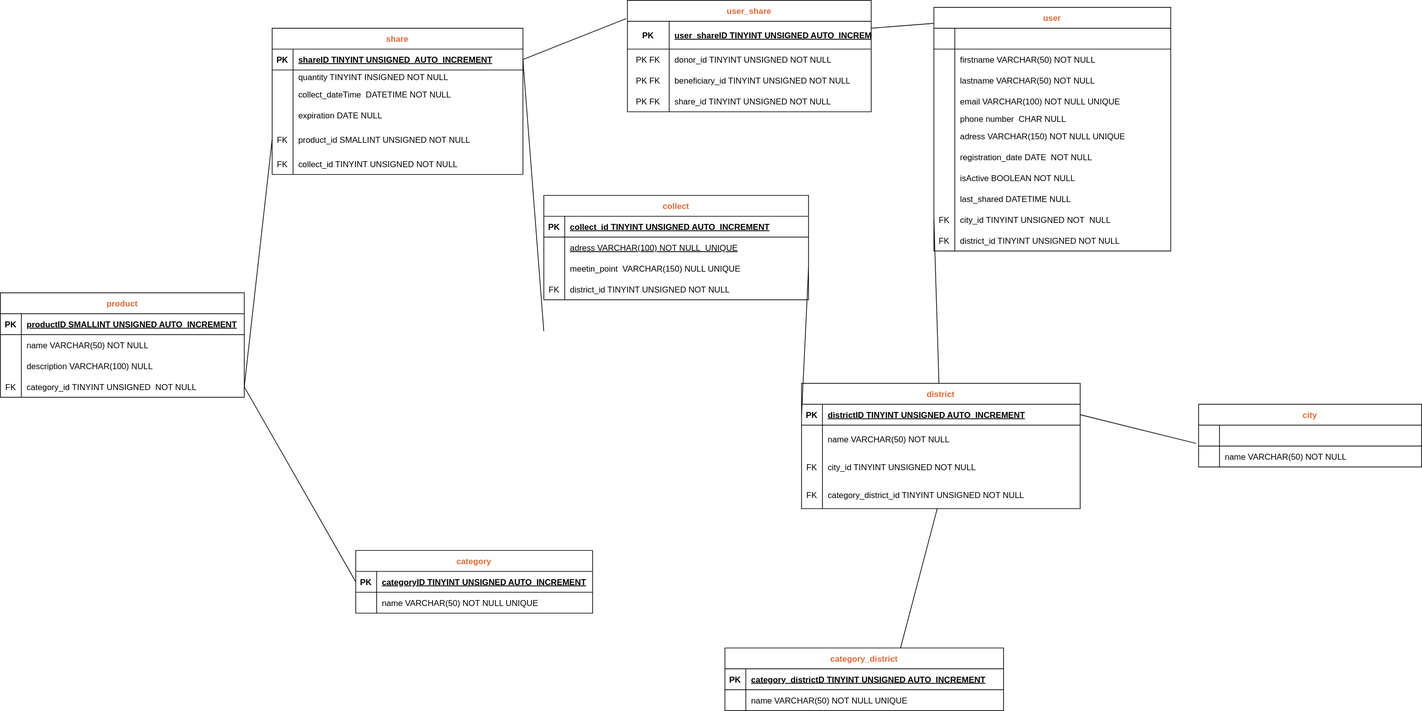
Mandine42/vag keeps this draw.io diagram as code/server/Merise_VAG/MPD/vag.drawio.svg. Above is the earlier version. Source tidied: cells renumbered, new cells last; positions are measured from the earlier drawing's top-left corner, leaving out a move shared by most shapes.
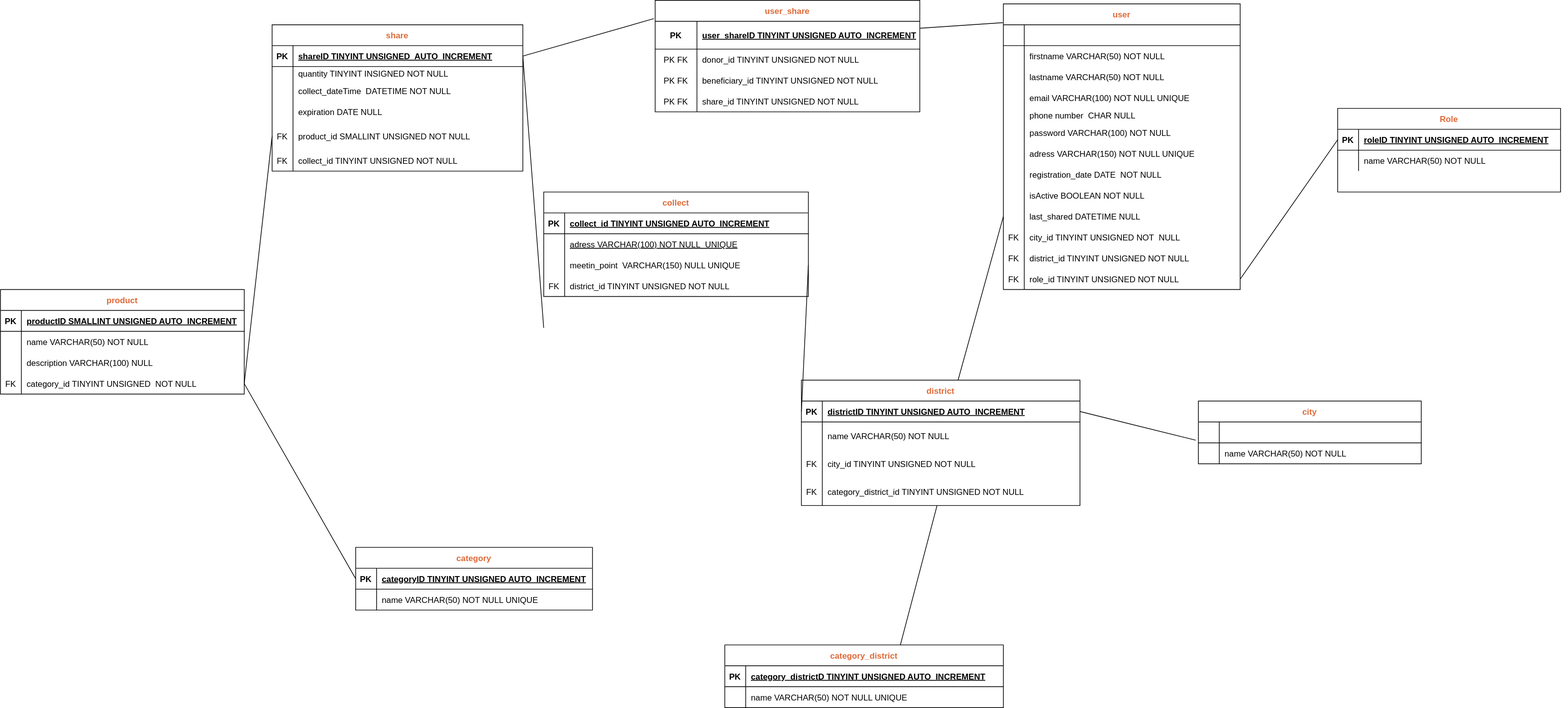
Above is the later version.

The edit, as a diff of the source:
```diff
@@ -3,7 +3,7 @@
     <mxCell id="0" />
     <mxCell id="1" parent="0" />
     <mxCell id="2" value="user" style="shape=table;startSize=30;rowLines=0;fontStyle=1;align=center;fontColor=#DE6A38;" parent="1" vertex="1">
-      <mxGeometry x="1340" y="10" width="340" height="350" as="geometry" />
+      <mxGeometry x="1440" y="10" width="340" height="410" as="geometry" />
     </mxCell>
     <mxCell id="3" style="shape=tableRow;horizontal=0;startSize=0;swimlaneHead=0;swimlaneBody=0;fillColor=none;top=0;left=0;right=0;bottom=1;fontColor=#256468;" parent="2" vertex="1">
       <mxGeometry y="30" width="340" height="30" as="geometry" />
@@ -56,7 +56,7 @@
     <mxCell id="19" style="shape=partialRectangle;fillColor=none;top=0;left=0;bottom=0;right=0;overflow=hidden;" parent="18" vertex="1">
       <mxGeometry width="30" height="30" as="geometry" />
     </mxCell>
-    <mxCell id="20" value=" adress VARCHAR(150) NOT NULL UNIQUE" style="shape=partialRectangle;fillColor=none;top=0;left=0;bottom=0;right=0;align=left;spacingLeft=6;overflow=hidden;" parent="18" vertex="1">
+    <mxCell id="20" value="password VARCHAR(100) NOT NULL " style="shape=partialRectangle;fillColor=none;top=0;left=0;bottom=0;right=0;align=left;spacingLeft=6;overflow=hidden;" parent="18" vertex="1">
       <mxGeometry x="30" width="310" height="30" as="geometry" />
     </mxCell>
     <mxCell id="21" style="shape=tableRow;horizontal=0;startSize=0;swimlaneHead=0;swimlaneBody=0;fillColor=none;top=0;left=0;right=0;bottom=0;" parent="2" vertex="1">
@@ -65,7 +65,7 @@
     <mxCell id="22" style="shape=partialRectangle;fillColor=none;top=0;left=0;bottom=0;right=0;overflow=hidden;" parent="21" vertex="1">
       <mxGeometry width="30" height="30" as="geometry" />
     </mxCell>
-    <mxCell id="23" value="registration_date DATE  NOT NULL" style="shape=partialRectangle;fillColor=none;top=0;left=0;bottom=0;right=0;align=left;spacingLeft=6;overflow=hidden;" parent="21" vertex="1">
+    <mxCell id="23" value="adress VARCHAR(150) NOT NULL UNIQUE" style="shape=partialRectangle;fillColor=none;top=0;left=0;bottom=0;right=0;align=left;spacingLeft=6;overflow=hidden;" parent="21" vertex="1">
       <mxGeometry x="30" width="310" height="30" as="geometry" />
     </mxCell>
     <mxCell id="24" style="shape=tableRow;horizontal=0;startSize=0;swimlaneHead=0;swimlaneBody=0;fillColor=none;top=0;left=0;right=0;bottom=0;" parent="2" vertex="1">
@@ -74,7 +74,7 @@
     <mxCell id="25" style="shape=partialRectangle;fillColor=none;top=0;left=0;bottom=0;right=0;overflow=hidden;" parent="24" vertex="1">
       <mxGeometry width="30" height="30" as="geometry" />
     </mxCell>
-    <mxCell id="26" value="isActive BOOLEAN NOT NULL" style="shape=partialRectangle;fillColor=none;top=0;left=0;bottom=0;right=0;align=left;spacingLeft=6;overflow=hidden;" parent="24" vertex="1">
+    <mxCell id="26" value="registration_date DATE  NOT NULL" style="shape=partialRectangle;fillColor=none;top=0;left=0;bottom=0;right=0;align=left;spacingLeft=6;overflow=hidden;" parent="24" vertex="1">
       <mxGeometry x="30" width="310" height="30" as="geometry" />
     </mxCell>
     <mxCell id="27" style="shape=tableRow;horizontal=0;startSize=0;swimlaneHead=0;swimlaneBody=0;fillColor=none;top=0;left=0;right=0;bottom=0;" parent="2" vertex="1">
@@ -83,16 +83,16 @@
     <mxCell id="28" style="shape=partialRectangle;fillColor=none;top=0;left=0;bottom=0;right=0;overflow=hidden;" parent="27" vertex="1">
       <mxGeometry width="30" height="30" as="geometry" />
     </mxCell>
-    <mxCell id="29" value="last_shared DATETIME NULL" style="shape=partialRectangle;fillColor=none;top=0;left=0;bottom=0;right=0;align=left;spacingLeft=6;overflow=hidden;" parent="27" vertex="1">
+    <mxCell id="29" value="isActive BOOLEAN NOT NULL" style="shape=partialRectangle;fillColor=none;top=0;left=0;bottom=0;right=0;align=left;spacingLeft=6;overflow=hidden;" parent="27" vertex="1">
       <mxGeometry x="30" width="310" height="30" as="geometry" />
     </mxCell>
     <mxCell id="30" style="shape=tableRow;horizontal=0;startSize=0;swimlaneHead=0;swimlaneBody=0;fillColor=none;points=[[0,0.5],[1,0.5]];portConstraint=eastwest;top=0;left=0;right=0;bottom=0;" parent="2" vertex="1">
       <mxGeometry y="290" width="340" height="30" as="geometry" />
     </mxCell>
-    <mxCell id="31" value="FK" style="shape=partialRectangle;fillColor=none;top=0;left=0;bottom=0;right=0;overflow=hidden;" parent="30" vertex="1">
+    <mxCell id="31" style="shape=partialRectangle;fillColor=none;top=0;left=0;bottom=0;right=0;overflow=hidden;" parent="30" vertex="1">
       <mxGeometry width="30" height="30" as="geometry" />
     </mxCell>
-    <mxCell id="32" value="city_id TINYINT UNSIGNED NOT  NULL" style="shape=partialRectangle;fillColor=none;top=0;left=0;bottom=0;right=0;align=left;spacingLeft=6;overflow=hidden;" parent="30" vertex="1">
+    <mxCell id="32" value="last_shared DATETIME NULL" style="shape=partialRectangle;fillColor=none;top=0;left=0;bottom=0;right=0;align=left;spacingLeft=6;overflow=hidden;" parent="30" vertex="1">
       <mxGeometry x="30" width="310" height="30" as="geometry" />
     </mxCell>
     <mxCell id="33" style="shape=tableRow;horizontal=0;startSize=0;swimlaneHead=0;swimlaneBody=0;fillColor=none;top=0;left=0;right=0;bottom=0;" parent="2" vertex="1">
@@ -101,9 +101,27 @@
     <mxCell id="34" value="FK" style="shape=partialRectangle;fillColor=none;top=0;left=0;bottom=0;right=0;overflow=hidden;" parent="33" vertex="1">
       <mxGeometry width="30" height="30" as="geometry" />
     </mxCell>
-    <mxCell id="35" value="district_id TINYINT UNSIGNED NOT NULL" style="shape=partialRectangle;fillColor=none;top=0;left=0;bottom=0;right=0;align=left;spacingLeft=6;overflow=hidden;" parent="33" vertex="1">
+    <mxCell id="35" value="city_id TINYINT UNSIGNED NOT  NULL" style="shape=partialRectangle;fillColor=none;top=0;left=0;bottom=0;right=0;align=left;spacingLeft=6;overflow=hidden;" parent="33" vertex="1">
       <mxGeometry x="30" width="310" height="30" as="geometry" />
     </mxCell>
+    <mxCell id="137" style="shape=tableRow;horizontal=0;startSize=0;swimlaneHead=0;swimlaneBody=0;fillColor=none;top=0;left=0;right=0;bottom=0;" parent="2" vertex="1">
+      <mxGeometry y="350" width="340" height="30" as="geometry" />
+    </mxCell>
+    <mxCell id="138" value="FK" style="shape=partialRectangle;fillColor=none;top=0;left=0;bottom=0;right=0;overflow=hidden;" parent="137" vertex="1">
+      <mxGeometry width="30" height="30" as="geometry" />
+    </mxCell>
+    <mxCell id="139" value="district_id TINYINT UNSIGNED NOT NULL" style="shape=partialRectangle;fillColor=none;top=0;left=0;bottom=0;right=0;align=left;spacingLeft=6;overflow=hidden;" parent="137" vertex="1">
+      <mxGeometry x="30" width="310" height="30" as="geometry" />
+    </mxCell>
+    <mxCell id="140" style="shape=tableRow;horizontal=0;startSize=0;swimlaneHead=0;swimlaneBody=0;fillColor=none;points=[[0,0.5],[1,0.5]];portConstraint=eastwest;top=0;left=0;right=0;bottom=0;" parent="2" vertex="1">
+      <mxGeometry y="380" width="340" height="30" as="geometry" />
+    </mxCell>
+    <mxCell id="141" value="FK" style="shape=partialRectangle;fillColor=none;top=0;left=0;bottom=0;right=0;overflow=hidden;" parent="140" vertex="1">
+      <mxGeometry width="30" height="30" as="geometry" />
+    </mxCell>
+    <mxCell id="142" value="role_id TINYINT UNSIGNED NOT NULL" style="shape=partialRectangle;fillColor=none;top=0;left=0;bottom=0;right=0;align=left;spacingLeft=6;overflow=hidden;" parent="140" vertex="1">
+      <mxGeometry x="30" width="310" height="30" as="geometry" />
+    </mxCell>
     <mxCell id="36" value="city" style="shape=table;startSize=30;rowLines=0;fontStyle=1;align=center;fontColor=#de6a38;" parent="1" vertex="1">
       <mxGeometry x="1720" y="580" width="320" height="90" as="geometry" />
     </mxCell>
@@ -296,43 +314,43 @@
       <mxGeometry relative="1" as="geometry" />
     </mxCell>
     <mxCell id="99" value="user_share" style="shape=table;startSize=30;rowLines=0;fontStyle=1;align=center;fontColor=#DE6A38;" parent="1" vertex="1">
-      <mxGeometry x="900" width="350" height="160" as="geometry" />
+      <mxGeometry x="940" y="5" width="380" height="160" as="geometry" />
     </mxCell>
     <mxCell id="100" style="shape=tableRow;horizontal=0;startSize=0;swimlaneHead=0;swimlaneBody=0;fillColor=none;top=0;left=0;right=0;bottom=1;" parent="99" vertex="1">
-      <mxGeometry y="30" width="350" height="40" as="geometry" />
+      <mxGeometry y="30" width="380" height="40" as="geometry" />
     </mxCell>
     <mxCell id="101" value="PK" style="shape=partialRectangle;fillColor=none;top=0;left=0;bottom=0;right=0;fontStyle=1;overflow=hidden;" parent="100" vertex="1">
       <mxGeometry width="60" height="40" as="geometry" />
     </mxCell>
     <mxCell id="102" value="user_shareID TINYINT UNSIGNED AUTO_INCREMENT" style="shape=partialRectangle;fillColor=none;top=0;left=0;bottom=0;right=0;align=left;spacingLeft=6;fontStyle=5;overflow=hidden;" parent="100" vertex="1">
-      <mxGeometry x="60" width="290" height="40" as="geometry" />
+      <mxGeometry x="60" width="320" height="40" as="geometry" />
     </mxCell>
     <mxCell id="103" style="shape=tableRow;horizontal=0;startSize=0;swimlaneHead=0;swimlaneBody=0;fillColor=none;top=0;left=0;right=0;bottom=0;" parent="99" vertex="1">
-      <mxGeometry y="70" width="350" height="30" as="geometry" />
+      <mxGeometry y="70" width="380" height="30" as="geometry" />
     </mxCell>
     <mxCell id="104" value="PK FK" style="shape=partialRectangle;fillColor=none;top=0;left=0;bottom=0;right=0;overflow=hidden;" parent="103" vertex="1">
       <mxGeometry width="60" height="30" as="geometry" />
     </mxCell>
     <mxCell id="105" value="donor_id TINYINT UNSIGNED NOT NULL" style="shape=partialRectangle;fillColor=none;top=0;left=0;bottom=0;right=0;align=left;spacingLeft=6;overflow=hidden;" parent="103" vertex="1">
-      <mxGeometry x="60" width="290" height="30" as="geometry" />
+      <mxGeometry x="60" width="320" height="30" as="geometry" />
     </mxCell>
     <mxCell id="106" style="shape=tableRow;horizontal=0;startSize=0;swimlaneHead=0;swimlaneBody=0;fillColor=none;top=0;left=0;right=0;bottom=0;" parent="99" vertex="1">
-      <mxGeometry y="100" width="350" height="30" as="geometry" />
+      <mxGeometry y="100" width="380" height="30" as="geometry" />
     </mxCell>
     <mxCell id="107" value="PK FK" style="shape=partialRectangle;fillColor=none;top=0;left=0;bottom=0;right=0;overflow=hidden;" parent="106" vertex="1">
       <mxGeometry width="60" height="30" as="geometry" />
     </mxCell>
     <mxCell id="108" value="beneficiary_id TINYINT UNSIGNED NOT NULL" style="shape=partialRectangle;fillColor=none;top=0;left=0;bottom=0;right=0;align=left;spacingLeft=6;overflow=hidden;" parent="106" vertex="1">
-      <mxGeometry x="60" width="290" height="30" as="geometry" />
+      <mxGeometry x="60" width="320" height="30" as="geometry" />
     </mxCell>
     <mxCell id="109" style="shape=tableRow;horizontal=0;startSize=0;swimlaneHead=0;swimlaneBody=0;fillColor=none;top=0;left=0;right=0;bottom=0;" parent="99" vertex="1">
-      <mxGeometry y="130" width="350" height="30" as="geometry" />
+      <mxGeometry y="130" width="380" height="30" as="geometry" />
     </mxCell>
     <mxCell id="110" value="PK FK" style="shape=partialRectangle;fillColor=none;top=0;left=0;bottom=0;right=0;overflow=hidden;" parent="109" vertex="1">
       <mxGeometry width="60" height="30" as="geometry" />
     </mxCell>
     <mxCell id="111" value="share_id TINYINT UNSIGNED NOT NULL" style="shape=partialRectangle;fillColor=none;top=0;left=0;bottom=0;right=0;align=left;spacingLeft=6;overflow=hidden;" parent="109" vertex="1">
-      <mxGeometry x="60" width="290" height="30" as="geometry" />
+      <mxGeometry x="60" width="320" height="30" as="geometry" />
     </mxCell>
     <mxCell id="112" style="endArrow=none;html=1;rounded=0;fontColor=#DE6A38;exitX=1;exitY=0.25;exitDx=0;exitDy=0;entryX=-0.002;entryY=0.066;entryDx=0;entryDy=0;entryPerimeter=0;" parent="1" edge="1" source="99" target="2">
       <mxGeometry relative="1" as="geometry" />
@@ -411,5 +429,32 @@
         <mxPoint x="780" y="475" as="targetPoint" />
       </mxGeometry>
     </mxCell>
+    <mxCell id="143" value="Role" style="shape=table;startSize=30;rowLines=0;fontStyle=1;align=center;fontColor=#DE6A38;" parent="1" vertex="1">
+      <mxGeometry x="1920" y="160" width="320" height="120" as="geometry" />
+    </mxCell>
+    <mxCell id="144" style="shape=tableRow;horizontal=0;startSize=0;swimlaneHead=0;swimlaneBody=0;fillColor=none;points=[[0,0.5],[1,0.5]];portConstraint=eastwest;top=0;left=0;right=0;bottom=1;" parent="143" vertex="1">
+      <mxGeometry y="30" width="320" height="30" as="geometry" />
+    </mxCell>
+    <mxCell id="145" value="PK" style="shape=partialRectangle;fillColor=none;top=0;left=0;bottom=0;right=0;fontStyle=1;overflow=hidden;" parent="144" vertex="1">
+      <mxGeometry width="30" height="30" as="geometry" />
+    </mxCell>
+    <mxCell id="146" value="roleID TINYINT UNSIGNED AUTO_INCREMENT" style="shape=partialRectangle;fillColor=none;top=0;left=0;bottom=0;right=0;align=left;spacingLeft=6;fontStyle=5;overflow=hidden;" parent="144" vertex="1">
+      <mxGeometry x="30" width="290" height="30" as="geometry" />
+    </mxCell>
+    <mxCell id="147" style="shape=tableRow;horizontal=0;startSize=0;swimlaneHead=0;swimlaneBody=0;fillColor=none;top=0;left=0;right=0;bottom=0;" parent="143" vertex="1">
+      <mxGeometry y="60" width="320" height="30" as="geometry" />
+    </mxCell>
+    <mxCell id="148" style="shape=partialRectangle;fillColor=none;top=0;left=0;bottom=0;right=0;overflow=hidden;" parent="147" vertex="1">
+      <mxGeometry width="30" height="30" as="geometry" />
+    </mxCell>
+    <mxCell id="149" value="name VARCHAR(50) NOT NULL" style="shape=partialRectangle;fillColor=none;top=0;left=0;bottom=0;right=0;align=left;spacingLeft=6;overflow=hidden;" parent="147" vertex="1">
+      <mxGeometry x="30" width="290" height="30" as="geometry" />
+    </mxCell>
+    <mxCell id="150" style="endArrow=none;html=1;rounded=0;fontColor=#DE6A38;exitX=1;exitY=0.5;exitDx=0;exitDy=0;entryX=0;entryY=0.5;entryDx=0;entryDy=0;" parent="1" edge="1" source="140" target="144">
+      <mxGeometry relative="1" as="geometry" />
+    </mxCell>
+    <mxCell id="151" style="shape=tableRow;horizontal=0;startSize=0;swimlaneHead=0;swimlaneBody=0;fillColor=none;top=0;left=0;right=0;bottom=0;" parent="1" vertex="1">
+      <mxGeometry x="1930" y="190" width="320" height="30" as="geometry" />
+    </mxCell>
   </root>
 </mxGraphModel>
```
